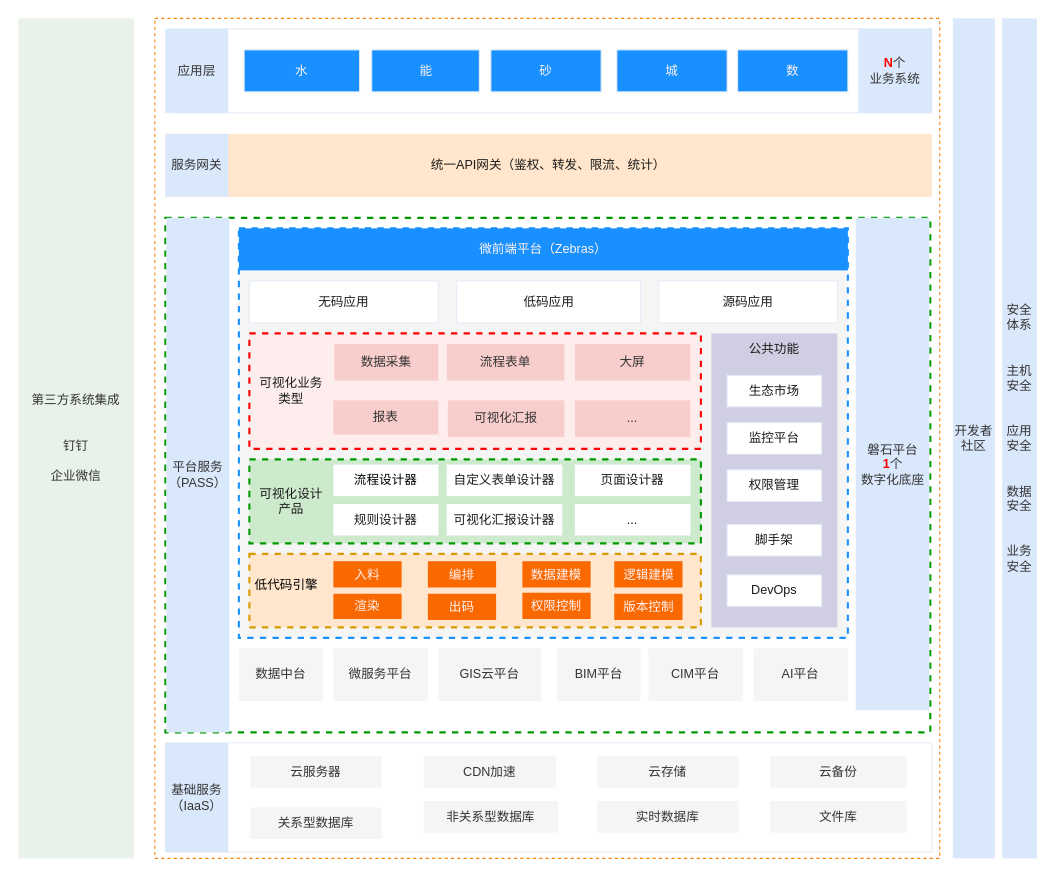
tangyaosimida/love keeps this draw.io diagram as 低代码——整体架构图.drawio. Above is the earlier version. Source tidied: cells renumbered, new cells numbered last; positions are measured from the earlier drawing's top-left corner, leaving out a move shared by most shapes. Both pictures are drawn from the tidied source at 105%, with x=0, y=0 at pixel (18, 18).
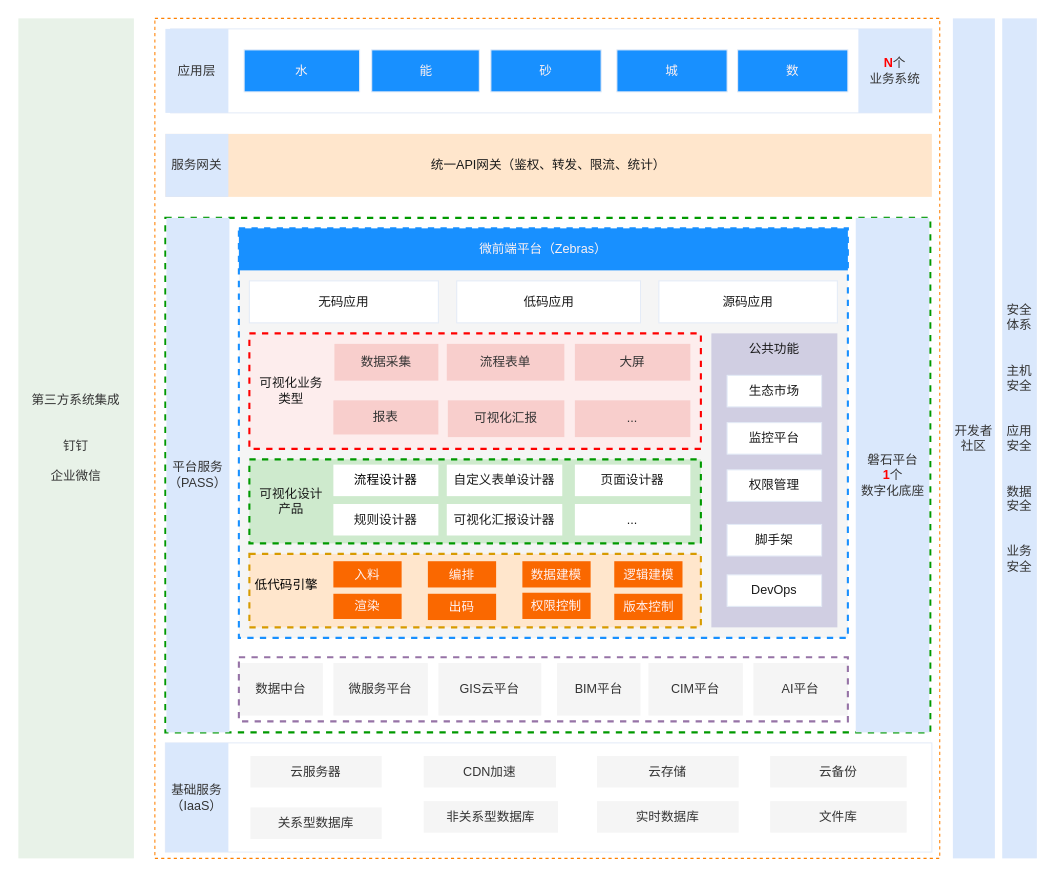
After the change.

Commit message:
更新低代码——整体架构图.drawio

What changed in the source:
```diff
@@
     <mxCell id="23" value="微服务平台" style="rounded=0;whiteSpace=wrap;html=1;strokeColor=none;fontColor=#333333;fillColor=#f5f5f5;" parent="1" vertex="1">
-      <mxGeometry x="300" y="600" width="90" height="50" as="geometry" />
+      <mxGeometry x="300" y="614" width="90" height="50" as="geometry" />
     </mxCell>
     <mxCell id="24" value="数据中台" style="rounded=0;whiteSpace=wrap;html=1;strokeColor=none;fontColor=#333333;fillColor=#f5f5f5;" parent="1" vertex="1">
-      <mxGeometry x="210" y="600" width="80" height="50" as="geometry" />
+      <mxGeometry x="210" y="614" width="80" height="50" as="geometry" />
     </mxCell>
@@
     <mxCell id="53" value="GIS云平台" style="rounded=0;whiteSpace=wrap;html=1;strokeColor=none;fontColor=#333333;fillColor=#f5f5f5;" parent="1" vertex="1">
-      <mxGeometry x="400" y="600" width="98" height="50" as="geometry" />
+      <mxGeometry x="400" y="614" width="98" height="50" as="geometry" />
     </mxCell>
     <mxCell id="54" value="BIM平台" style="rounded=0;whiteSpace=wrap;html=1;strokeColor=none;fontColor=#333333;fillColor=#f5f5f5;" parent="1" vertex="1">
-      <mxGeometry x="513" y="600" width="79.5" height="50" as="geometry" />
+      <mxGeometry x="513" y="614" width="79.5" height="50" as="geometry" />
     </mxCell>
     <mxCell id="55" value="CIM平台" style="rounded=0;whiteSpace=wrap;html=1;strokeColor=none;fontColor=#333333;fillColor=#f5f5f5;" parent="1" vertex="1">
-      <mxGeometry x="600" y="600" width="90" height="50" as="geometry" />
+      <mxGeometry x="600" y="614" width="90" height="50" as="geometry" />
     </mxCell>
     <mxCell id="56" value="AI平台" style="rounded=0;whiteSpace=wrap;html=1;strokeColor=none;fontColor=#333333;fillColor=#f5f5f5;" parent="1" vertex="1">
-      <mxGeometry x="700" y="600" width="90" height="50" as="geometry" />
+      <mxGeometry x="700" y="614" width="90" height="50" as="geometry" />
     </mxCell>
@@
     <mxCell id="64" value="磐石平台&lt;div&gt;&lt;font color=&quot;#ff0000&quot;&gt;&lt;b&gt;1&lt;/b&gt;&lt;/font&gt;个&lt;/div&gt;&lt;div&gt;数字化底座&lt;/div&gt;" style="rounded=0;whiteSpace=wrap;html=1;strokeColor=none;fillColor=#dae8fc;fontColor=#333333;" parent="1" vertex="1">
-      <mxGeometry x="797.5" y="190" width="70" height="469" as="geometry" />
+      <mxGeometry x="797.5" y="190" width="70" height="490" as="geometry" />
     </mxCell>
@@
+    <mxCell id="73" style="rounded=0;whiteSpace=wrap;html=1;fillColor=none;dashed=1;strokeWidth=2;strokeColor=#9673a6;" parent="1" vertex="1">
+      <mxGeometry x="210" y="608.5" width="580" height="61" as="geometry" />
+    </mxCell>
```
